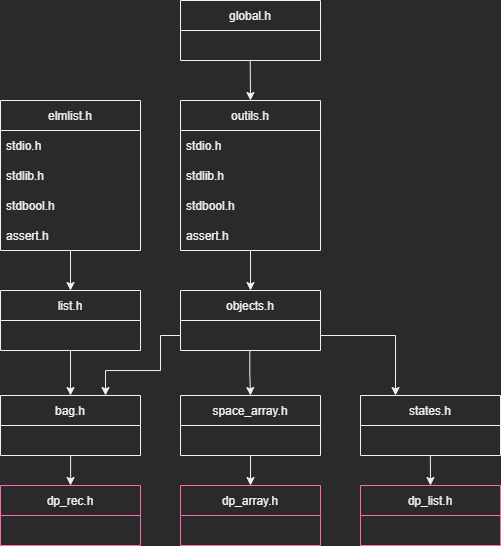
Above: image/Plan_des_.h.drawio.png in Brice5423/L2_Projet_ProgAv-S3 (draw.io), before the change. Source tidied: cells renumbered, new cells last; positions are measured from the earlier drawing's top-left corner, leaving out a move shared by most shapes.
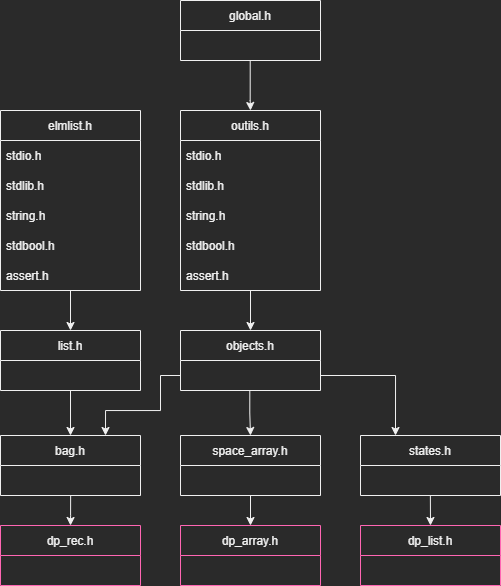
After the change.

Diff of the diagram source:
```diff
@@ -36,7 +36,7 @@
       <mxGeometry relative="1" as="geometry" />
     </mxCell>
     <mxCell id="11" value="elmlist.h" style="swimlane;fontStyle=0;horizontal=1;startSize=30;strokeColor=#F0F0F0;fillColor=#2A2A2A;" parent="1" vertex="1">
-      <mxGeometry y="100" width="140" height="150" as="geometry" />
+      <mxGeometry y="70" width="140" height="180" as="geometry" />
     </mxCell>
     <mxCell id="12" value="stdio.h" style="text;strokeColor=none;fillColor=none;align=left;verticalAlign=middle;spacingLeft=4;spacingRight=4;overflow=hidden;" parent="11" vertex="1">
       <mxGeometry y="30" width="140" height="30" as="geometry" />
@@ -44,14 +44,17 @@
     <mxCell id="13" value="stdlib.h" style="text;strokeColor=none;fillColor=none;align=left;verticalAlign=middle;spacingLeft=4;spacingRight=4;overflow=hidden;" parent="11" vertex="1">
       <mxGeometry y="60" width="140" height="30" as="geometry" />
     </mxCell>
+    <mxCell id="40" value="string.h" style="text;strokeColor=none;fillColor=none;align=left;verticalAlign=middle;spacingLeft=4;spacingRight=4;overflow=hidden;" parent="11" vertex="1">
+      <mxGeometry y="90" width="140" height="30" as="geometry" />
+    </mxCell>
     <mxCell id="14" value="stdbool.h" style="text;strokeColor=none;fillColor=none;align=left;verticalAlign=middle;spacingLeft=4;spacingRight=4;overflow=hidden;" parent="11" vertex="1">
-      <mxGeometry y="90" width="140" height="30" as="geometry" />
+      <mxGeometry y="120" width="140" height="30" as="geometry" />
     </mxCell>
     <mxCell id="15" value="assert.h" style="text;strokeColor=none;fillColor=none;align=left;verticalAlign=middle;spacingLeft=4;spacingRight=4;overflow=hidden;" parent="11" vertex="1">
-      <mxGeometry y="120" width="140" height="30" as="geometry" />
+      <mxGeometry y="150" width="140" height="30" as="geometry" />
     </mxCell>
     <mxCell id="16" value="global.h" style="swimlane;fontStyle=0;horizontal=1;startSize=30;strokeColor=#F0F0F0;fillColor=#2A2A2A;" parent="1" vertex="1">
-      <mxGeometry x="180" width="140" height="60" as="geometry" />
+      <mxGeometry x="180" y="-40" width="140" height="60" as="geometry" />
     </mxCell>
     <mxCell id="17" value="   " style="text;strokeColor=none;fillColor=none;align=left;verticalAlign=middle;spacingLeft=4;spacingRight=4;overflow=hidden;points=[[0,0.5],[1,0.5]];portConstraint=eastwest;" parent="16" vertex="1">
       <mxGeometry y="30" width="140" height="30" as="geometry" />
@@ -116,7 +119,7 @@
       <mxGeometry relative="1" as="geometry" />
     </mxCell>
     <mxCell id="35" value="outils.h" style="swimlane;fontStyle=0;horizontal=1;startSize=30;strokeColor=#F0F0F0;fillColor=#2A2A2A;" parent="1" vertex="1">
-      <mxGeometry x="180" y="100" width="140" height="150" as="geometry" />
+      <mxGeometry x="180" y="70" width="140" height="180" as="geometry" />
     </mxCell>
     <mxCell id="36" value="stdio.h" style="text;strokeColor=none;fillColor=none;align=left;verticalAlign=middle;spacingLeft=4;spacingRight=4;overflow=hidden;" parent="35" vertex="1">
       <mxGeometry y="30" width="140" height="30" as="geometry" />
@@ -124,11 +127,14 @@
     <mxCell id="37" value="stdlib.h" style="text;strokeColor=none;fillColor=none;align=left;verticalAlign=middle;spacingLeft=4;spacingRight=4;overflow=hidden;" parent="35" vertex="1">
       <mxGeometry y="60" width="140" height="30" as="geometry" />
     </mxCell>
+    <mxCell id="41" value="string.h" style="text;strokeColor=none;fillColor=none;align=left;verticalAlign=middle;spacingLeft=4;spacingRight=4;overflow=hidden;" parent="35" vertex="1">
+      <mxGeometry y="90" width="140" height="30" as="geometry" />
+    </mxCell>
     <mxCell id="38" value="stdbool.h" style="text;strokeColor=none;fillColor=none;align=left;verticalAlign=middle;spacingLeft=4;spacingRight=4;overflow=hidden;" parent="35" vertex="1">
-      <mxGeometry y="90" width="140" height="30" as="geometry" />
+      <mxGeometry y="120" width="140" height="30" as="geometry" />
     </mxCell>
     <mxCell id="39" value="assert.h" style="text;strokeColor=none;fillColor=none;align=left;verticalAlign=middle;spacingLeft=4;spacingRight=4;overflow=hidden;" parent="35" vertex="1">
-      <mxGeometry y="120" width="140" height="30" as="geometry" />
+      <mxGeometry y="150" width="140" height="30" as="geometry" />
     </mxCell>
   </root>
 </mxGraphModel>
```
